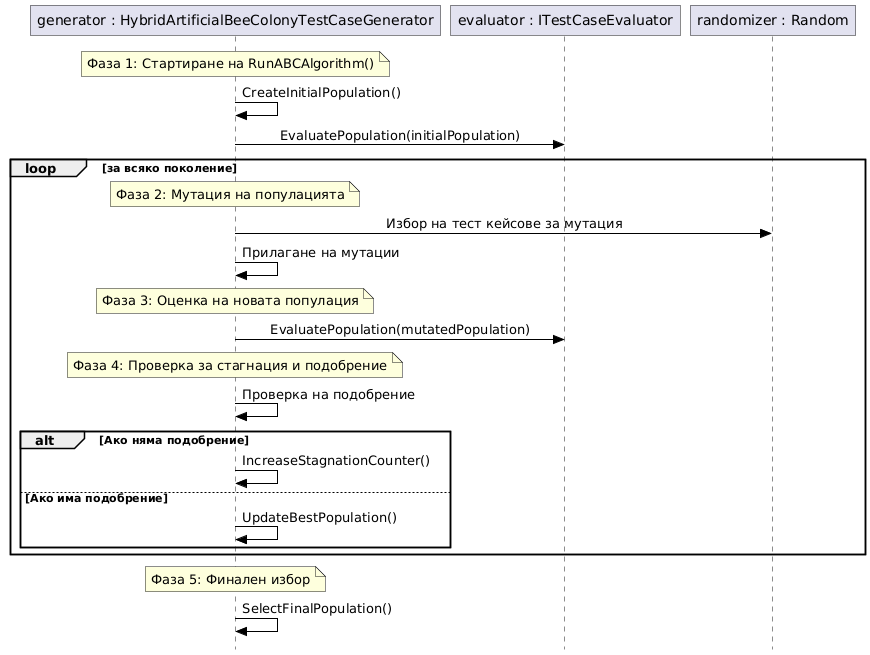
AutomateThePlanet/Testimize keeps this PlantUML diagram as DiagramsBG/3. Sequence Diagrams/sequence_diagram3.png. Above is the earlier version.
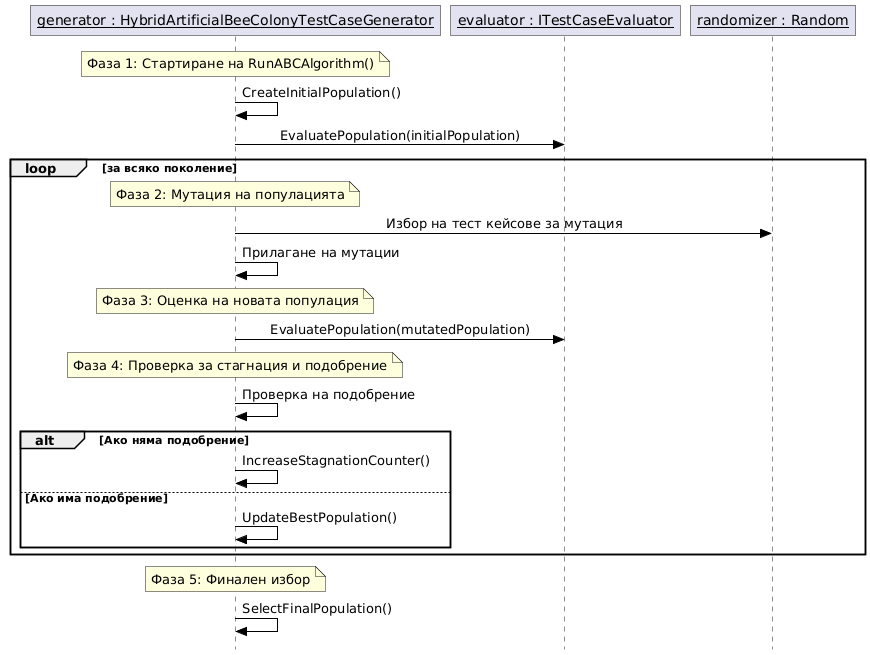
After the commit.

Diff of the diagram source:
```diff
@@ -1,13 +1,15 @@
 @startuml
+
+
 skinparam style strictuml
 skinparam roundcorner 0
 skinparam ArrowColor Black
 skinparam ArrowFontColor Black
 skinparam sequenceMessageAlignment center
 
-participant generator as "generator : HybridArtificialBeeColonyTestCaseGenerator"
-participant evaluator as "evaluator : ITestCaseEvaluator"
-participant randomizer as "randomizer : Random"
+participant generator as "<u>generator : HybridArtificialBeeColonyTestCaseGenerator</u>"
+participant evaluator as "<u>evaluator : ITestCaseEvaluator</u>"
+participant randomizer as "<u>randomizer : Random</u>"
 
 note over generator
 Фаза 1: Стартиране на RunABCAlgorithm()
```
